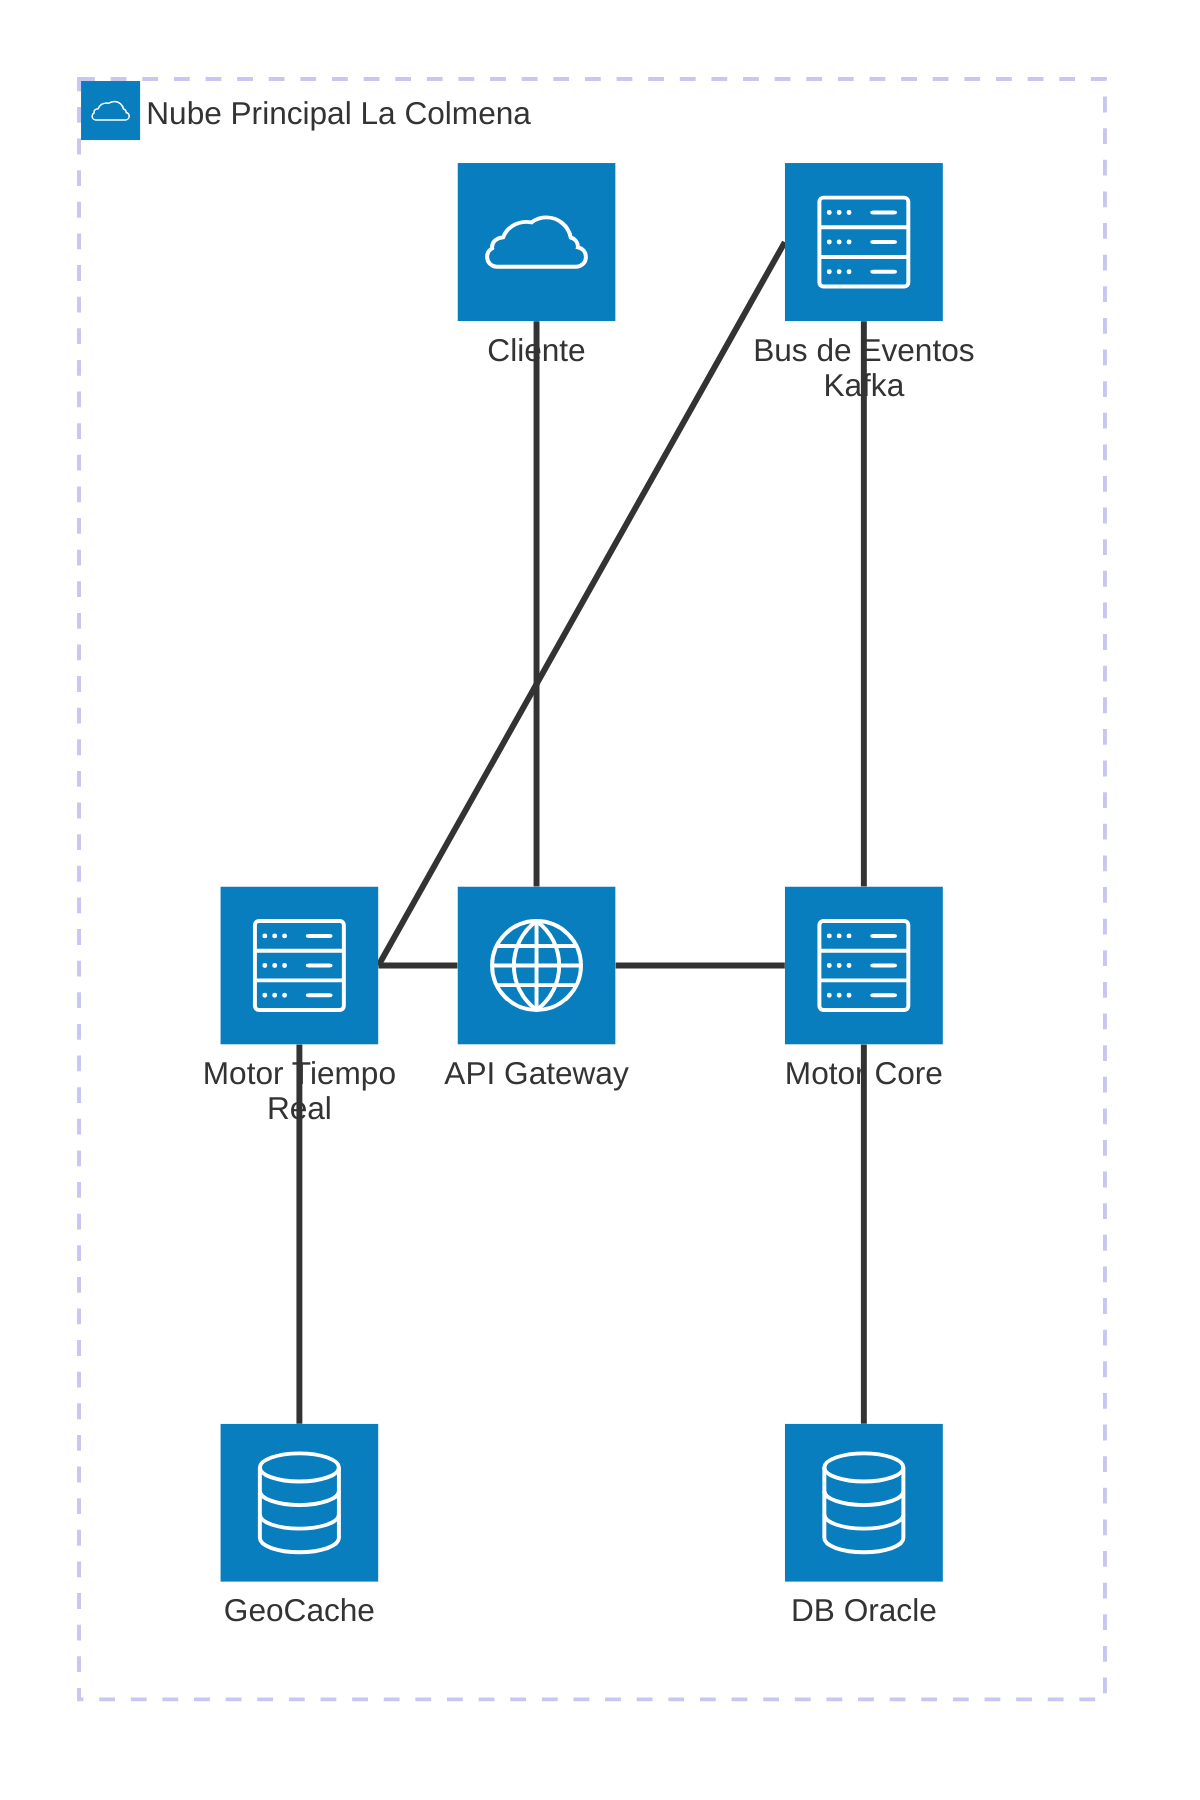
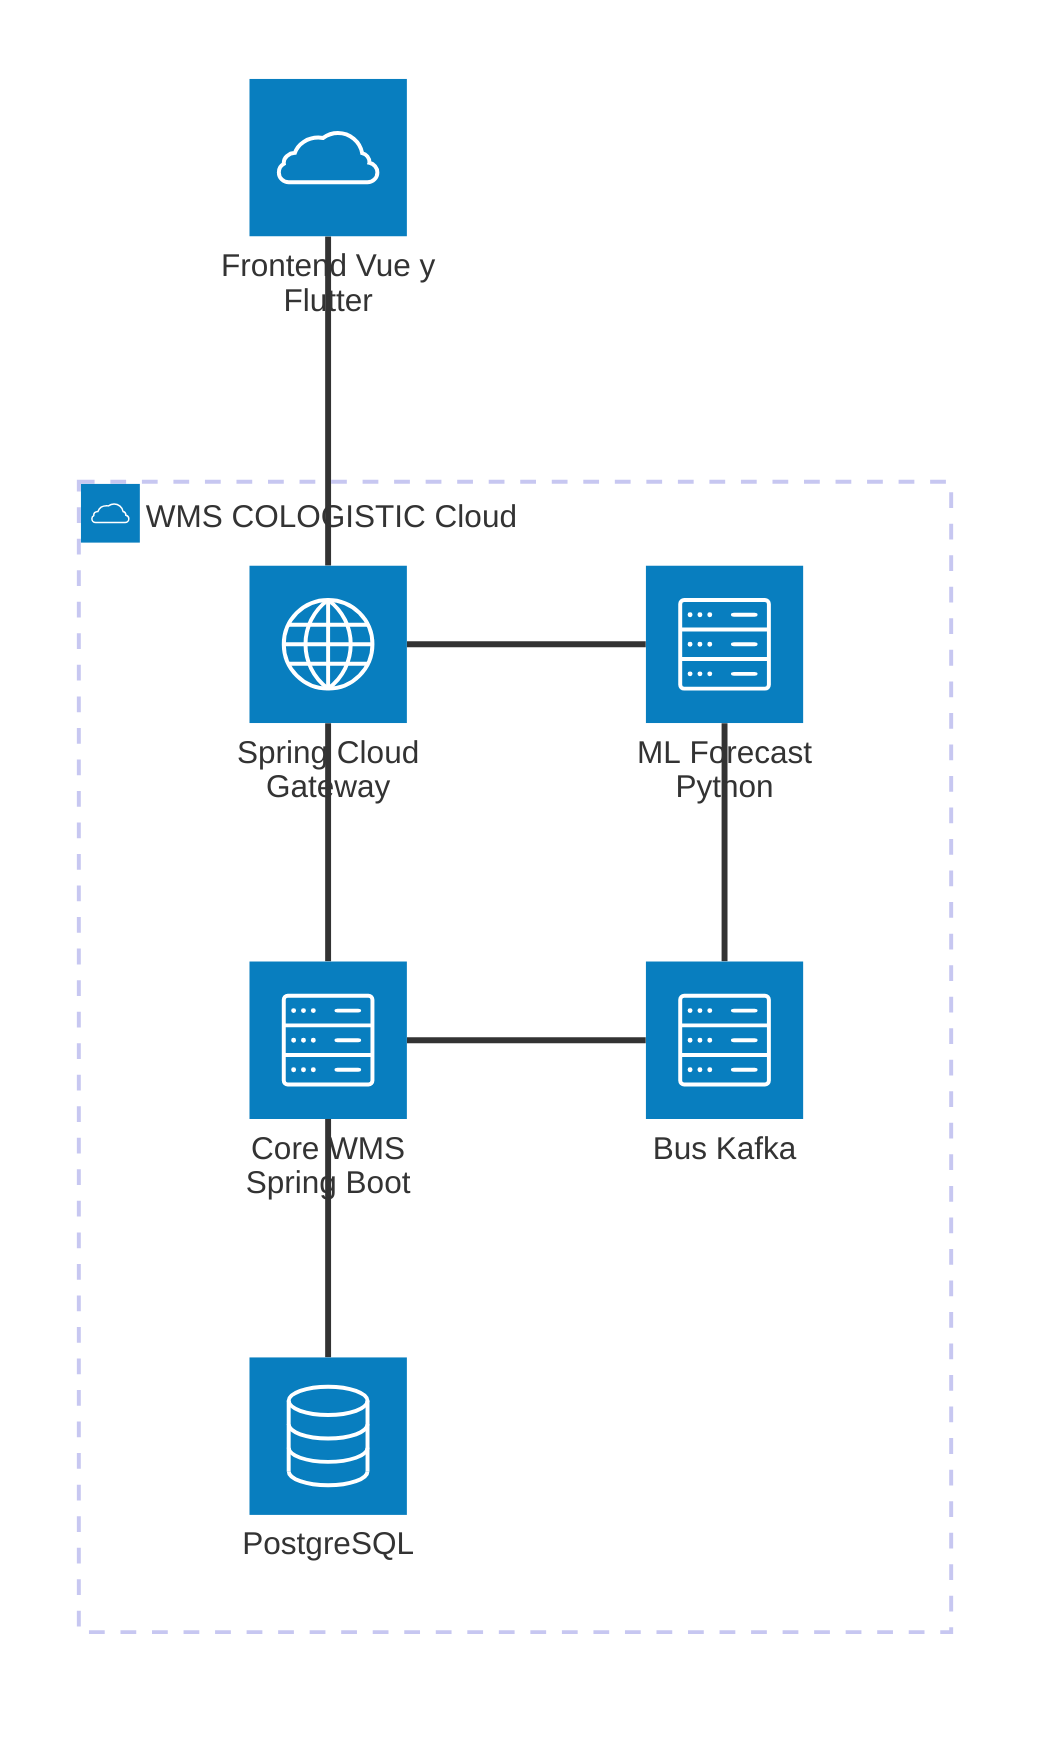
architecture-beta

-     service cliente(cloud)[Cliente]
+     service user(cloud)[Frontend Vue y Flutter]

-     group cloud(cloud)[Nube Principal La Colmena]
+     group cloud(cloud)[WMS COLOGISTIC Cloud]

-         service gateway(internet)[API Gateway] in cloud
+         service gateway(internet)[Spring Cloud Gateway] in cloud

-         service realtime(server)[Motor Tiempo Real] in cloud
-         service core(server)[Motor Core] in cloud
+         service wms(server)[Core WMS Spring Boot] in cloud
+         service ml(server)[ML Forecast Python] in cloud

-         service geodb(database)[GeoCache] in cloud
-         service kafka(server)[Bus de Eventos Kafka] in cloud
-         service trustdb(database)[DB Oracle] in cloud
+         service kafka(server)[Bus Kafka] in cloud
+         service db(database)[PostgreSQL] in cloud

-     cliente:B -- T:gateway
-     gateway:L -- R:realtime
-     gateway:R -- L:core
+     user:B -- T:gateway
+     gateway:B -- T:wms
+     gateway:R -- L:ml

-     realtime:B -- T:geodb
-     realtime:R -- L:kafka
+     wms:B -- T:db
+     ml:B -- T:kafka

-     kafka:B -- T:core
-     core:B -- T:trustdb
+     wms:R -- L:kafka
